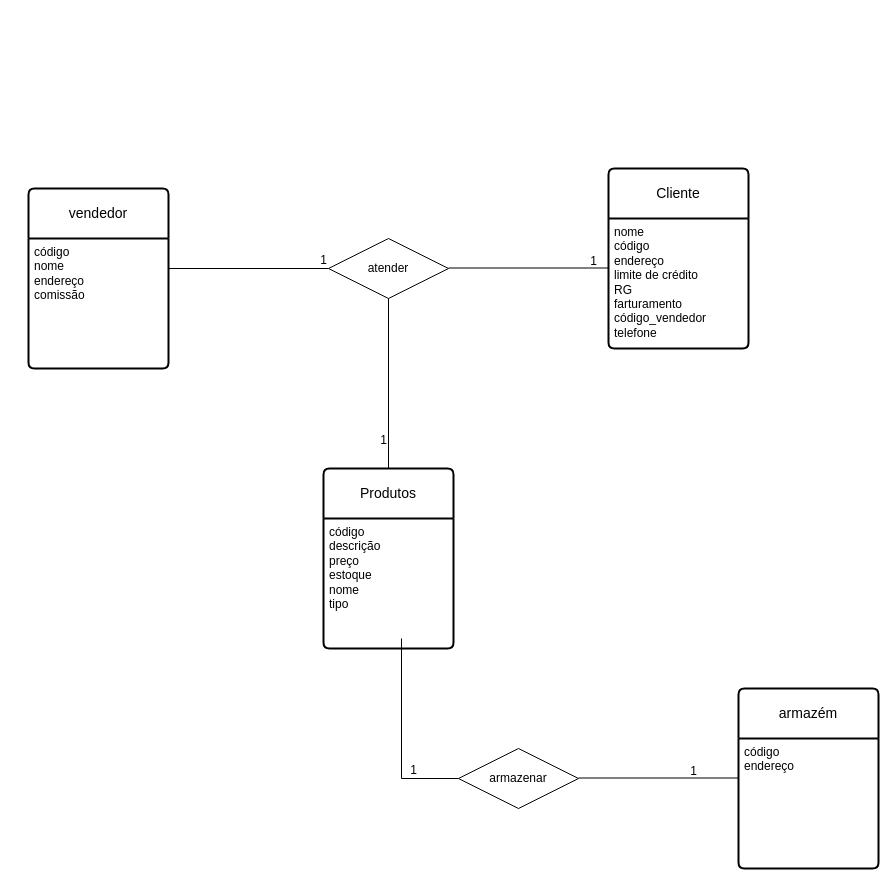
Above: vendedorecliente.drawio in biacapist1224/Diagramas (draw.io), before the change. Source tidied: cells renumbered, new cells numbered last; positions are measured from the earlier drawing's top-left corner, leaving out a move shared by most shapes. Both pictures are drawn from the tidied source at 100%, with x=0, y=0 at pixel (28, 168).
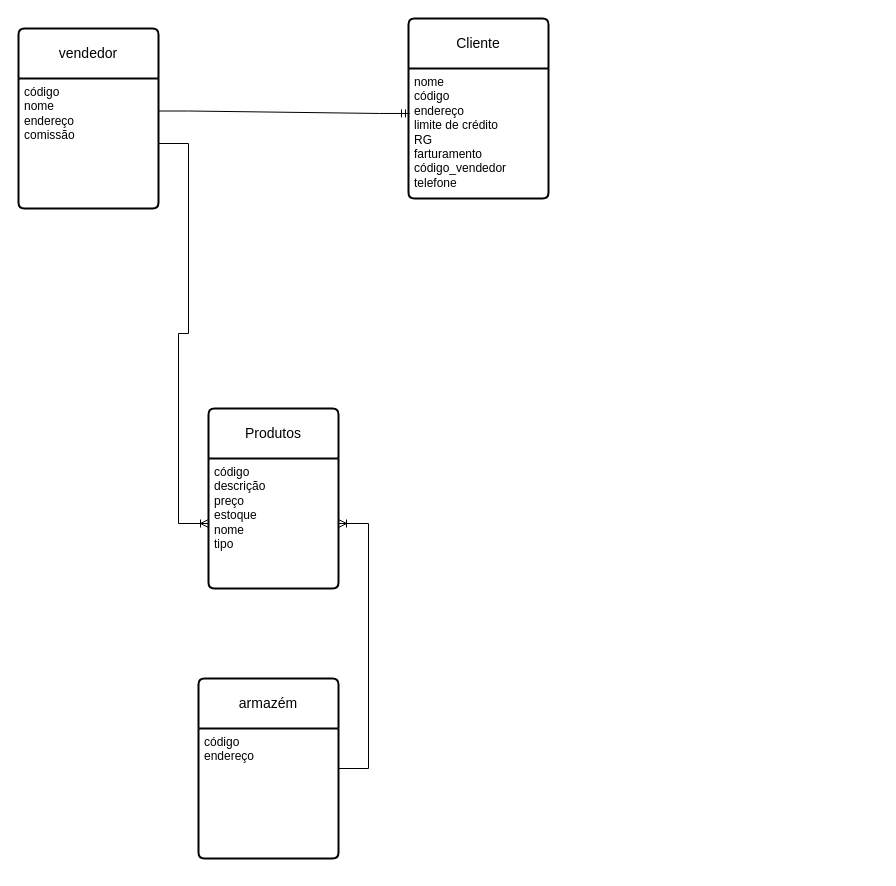
The same diagram, later.

The change refers to these unchanged cells:
```xml
<mxCell id="3" value="&lt;div&gt;código&lt;/div&gt;&lt;div&gt;nome&lt;/div&gt;&lt;div&gt;endereço&lt;/div&gt;&lt;div&gt;comissão&lt;br&gt;&lt;/div&gt;" style="align=left;strokeColor=none;fillColor=none;spacingLeft=4;fontSize=12;verticalAlign=top;html=1;" parent="2" vertex="1">
  <mxGeometry y="50" width="140" height="130" as="geometry" />
</mxCell>
<mxCell id="5" value="&lt;div&gt;código&lt;/div&gt;&lt;div&gt;descrição&lt;/div&gt;&lt;div&gt;preço&lt;/div&gt;&lt;div&gt;estoque &lt;br&gt;&lt;/div&gt;&lt;div&gt;nome&lt;/div&gt;&lt;div&gt;tipo&lt;br&gt;&lt;/div&gt;" style="align=left;strokeColor=none;fillColor=none;spacingLeft=4;fontSize=12;verticalAlign=top;html=1;" parent="4" vertex="1">
  <mxGeometry y="50" width="130" height="130" as="geometry" />
</mxCell>
<mxCell id="9" value="&lt;div&gt;nome&lt;/div&gt;&lt;div&gt;código&lt;/div&gt;&lt;div&gt;endereço&lt;/div&gt;&lt;div&gt;limite de crédito&lt;/div&gt;&lt;div&gt;RG&lt;/div&gt;&lt;div&gt;farturamento&lt;/div&gt;&lt;div&gt;código_vendedor&lt;/div&gt;&lt;div&gt;telefone&lt;br&gt;&lt;/div&gt;" style="align=left;strokeColor=none;fillColor=none;spacingLeft=4;fontSize=12;verticalAlign=top;html=1;" parent="8" vertex="1">
  <mxGeometry y="50" width="140" height="130" as="geometry" />
</mxCell>
```

What changed in the source:
```diff
@@
     <mxCell id="2" value="vendedor" style="swimlane;horizontal=1;startSize=50;rounded=1;fontSize=14;fontStyle=0;strokeWidth=2;shadow=0;dashed=0;align=center;arcSize=4;whiteSpace=wrap;html=1;" parent="1" vertex="1">
-      <mxGeometry y="20" width="140" height="180" as="geometry" />
+      <mxGeometry x="-10" y="-140" width="140" height="180" as="geometry" />
     </mxCell>
@@
     <mxCell id="4" value="Produtos" style="swimlane;horizontal=1;startSize=50;rounded=1;fontSize=14;fontStyle=0;strokeWidth=2;shadow=0;dashed=0;align=center;arcSize=4;whiteSpace=wrap;html=1;" parent="1" vertex="1">
-      <mxGeometry x="295" y="300" width="130" height="180" as="geometry" />
+      <mxGeometry x="180" y="240" width="130" height="180" as="geometry" />
     </mxCell>
@@
     <mxCell id="6" value="armazém" style="swimlane;horizontal=1;startSize=50;rounded=1;fontSize=14;fontStyle=0;strokeWidth=2;shadow=0;dashed=0;align=center;arcSize=4;whiteSpace=wrap;html=1;" parent="1" vertex="1">
-      <mxGeometry x="710" y="520" width="140" height="180" as="geometry" />
+      <mxGeometry x="170" y="510" width="140" height="180" as="geometry" />
     </mxCell>
@@
     <mxCell id="8" value="Cliente" style="swimlane;horizontal=1;startSize=50;rounded=1;fontSize=14;fontStyle=0;strokeWidth=2;shadow=0;dashed=0;align=center;arcSize=4;whiteSpace=wrap;html=1;" parent="1" vertex="1">
-      <mxGeometry x="580" width="140" height="180" as="geometry" />
+      <mxGeometry x="380" y="-150" width="140" height="180" as="geometry" />
     </mxCell>
@@
-    <mxCell id="10" value="atender" style="shape=rhombus;perimeter=rhombusPerimeter;whiteSpace=wrap;html=1;align=center;" parent="1" vertex="1">
-      <mxGeometry x="300" y="70" width="120" height="60" as="geometry" />
-    </mxCell>
-    <mxCell id="11" value="armazenar" style="shape=rhombus;perimeter=rhombusPerimeter;whiteSpace=wrap;html=1;align=center;" parent="1" vertex="1">
-      <mxGeometry x="430" y="580" width="120" height="60" as="geometry" />
-    </mxCell>
-    <mxCell id="12" style="endArrow=none;html=1;rounded=0;" parent="1" edge="1">
-      <mxGeometry relative="1" as="geometry">
-        <mxPoint x="140" y="100" as="sourcePoint" />
-        <mxPoint x="300" y="100" as="targetPoint" />
-      </mxGeometry>
-    </mxCell>
-    <mxCell id="13" value="1" style="html=1;whiteSpace=wrap;align=right;verticalAlign=bottom;" parent="12" vertex="1">
-      <mxGeometry x="1" relative="1" as="geometry" />
-    </mxCell>
-    <mxCell id="14" style="endArrow=none;html=1;rounded=0;" parent="1" edge="1">
-      <mxGeometry relative="1" as="geometry">
-        <mxPoint x="420" y="99.5" as="sourcePoint" />
-        <mxPoint x="580" y="99.5" as="targetPoint" />
-      </mxGeometry>
-    </mxCell>
-    <mxCell id="15" value="1" style="html=1;whiteSpace=wrap;align=right;verticalAlign=bottom;" parent="14" vertex="1">
-      <mxGeometry x="1" relative="1" as="geometry">
-        <mxPoint x="-10" y="1" as="offset" />
-      </mxGeometry>
-    </mxCell>
-    <mxCell id="16" style="endArrow=none;html=1;rounded=0;" parent="1" edge="1">
-      <mxGeometry relative="1" as="geometry">
-        <mxPoint x="373" y="470" as="sourcePoint" />
-        <mxPoint x="430" y="610" as="targetPoint" />
-        <Array as="points">
-          <mxPoint x="373" y="610" />
-        </Array>
-      </mxGeometry>
-    </mxCell>
-    <mxCell id="17" value="1" style="html=1;whiteSpace=wrap;align=right;verticalAlign=bottom;" parent="16" vertex="1">
-      <mxGeometry x="1" relative="1" as="geometry">
-        <mxPoint x="-40" as="offset" />
-      </mxGeometry>
-    </mxCell>
-    <mxCell id="18" style="endArrow=none;html=1;rounded=0;" parent="1" edge="1" target="4">
-      <mxGeometry relative="1" as="geometry">
-        <mxPoint x="360" y="130" as="sourcePoint" />
-      </mxGeometry>
-    </mxCell>
-    <mxCell id="19" value="1" style="html=1;whiteSpace=wrap;align=right;verticalAlign=bottom;" parent="18" vertex="1">
-      <mxGeometry x="1" relative="1" as="geometry">
-        <mxPoint y="-20" as="offset" />
-      </mxGeometry>
-    </mxCell>
-    <mxCell id="20" style="endArrow=none;html=1;rounded=0;" parent="1" edge="1">
-      <mxGeometry relative="1" as="geometry">
-        <mxPoint x="550" y="609.5" as="sourcePoint" />
-        <mxPoint x="710" y="609.5" as="targetPoint" />
-      </mxGeometry>
-    </mxCell>
-    <mxCell id="21" value="1" style="html=1;whiteSpace=wrap;align=right;verticalAlign=bottom;" parent="20" vertex="1">
-      <mxGeometry x="1" relative="1" as="geometry">
-        <mxPoint x="-40" y="1" as="offset" />
-      </mxGeometry>
-    </mxCell>
+    <mxCell id="22" style="edgeStyle=entityRelationEdgeStyle;fontSize=12;html=1;endArrow=ERmandOne;rounded=0;entryX=0.007;entryY=0.346;entryDx=0;entryDy=0;entryPerimeter=0;exitX=1;exitY=0.25;exitDx=0;exitDy=0;" parent="1" edge="1" source="3" target="9">
+      <mxGeometry relative="1" as="geometry" />
+    </mxCell>
+    <mxCell id="23" style="edgeStyle=entityRelationEdgeStyle;fontSize=12;html=1;endArrow=ERoneToMany;rounded=0;entryX=0;entryY=0.5;entryDx=0;entryDy=0;" parent="1" edge="1" source="3" target="5">
+      <mxGeometry relative="1" as="geometry" />
+    </mxCell>
+    <mxCell id="24" style="edgeStyle=entityRelationEdgeStyle;fontSize=12;html=1;endArrow=ERoneToMany;rounded=0;" parent="1" edge="1" source="6" target="5">
+      <mxGeometry relative="1" as="geometry" />
+    </mxCell>
```
